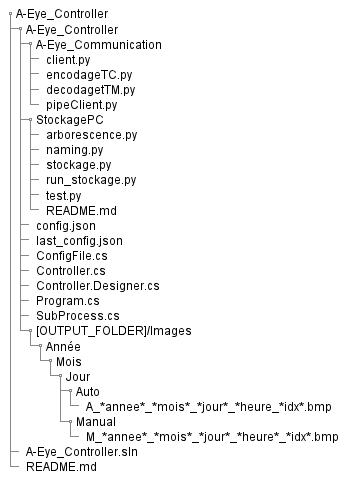
This is A-Eye_Documentation/out/plantuml/A-Eye_arboresence/arbo_PC.png from ngisedsysle/A-Eye, a PlantUML export, as it was before one commit. Its diagram source:
```plantuml
@startsalt arbo_PC
{
    {T
    +A-Eye_Controller
        ++A-Eye_Controller
            +++A-Eye_Communication
                ++++client.py
                ++++encodageTC.py
                ++++decodagetTM.py
                ++++pipeClient.py
            +++StockagePC
                ++++arborescence.py
                ++++naming.py
                ++++stockage.py
                ++++run_stockage.py
                ++++test.py
                ++++README.md
            +++config.json
            +++last_config.json
            +++ConfigFile.cs
            +++Controller.cs
            +++Controller.Designer.cs
            +++Program.cs
            +++SubProcess.cs
            +++[OUTPUT_FOLDER]/Images
                ++++Année
                    +++++Mois
                        ++++++Jour
                            +++++++Auto
                                ++++++++A_*annee*_*mois*_*jour*_*heure_*idx*.bmp
                            +++++++Manual
                                ++++++++M_*annee*_*mois*_*jour*_*heure*_*idx*.bmp
        ++A-Eye_Controller.sln
        ++README.md
    }
}

@endsalt
```
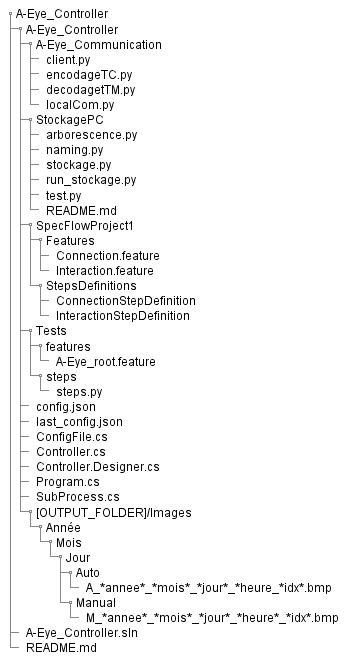
Above is the later version.

Diff of the diagram source:
```diff
@@ -7,7 +7,7 @@
                 ++++client.py
                 ++++encodageTC.py
                 ++++decodagetTM.py
-                ++++pipeClient.py
+                ++++localCom.py
             +++StockagePC
                 ++++arborescence.py
                 ++++naming.py
@@ -15,6 +15,18 @@
                 ++++run_stockage.py
                 ++++test.py
                 ++++README.md
+            +++SpecFlowProject1
+                ++++Features
+                    +++++Connection.feature
+                    +++++Interaction.feature
+                ++++StepsDefinitions
+                    +++++ConnectionStepDefinition
+                    +++++InteractionStepDefinition
+            +++Tests
+                ++++features
+                    +++++A-Eye_root.feature
+                ++++steps
+                    +++++steps.py
             +++config.json
             +++last_config.json
             +++ConfigFile.cs
```
